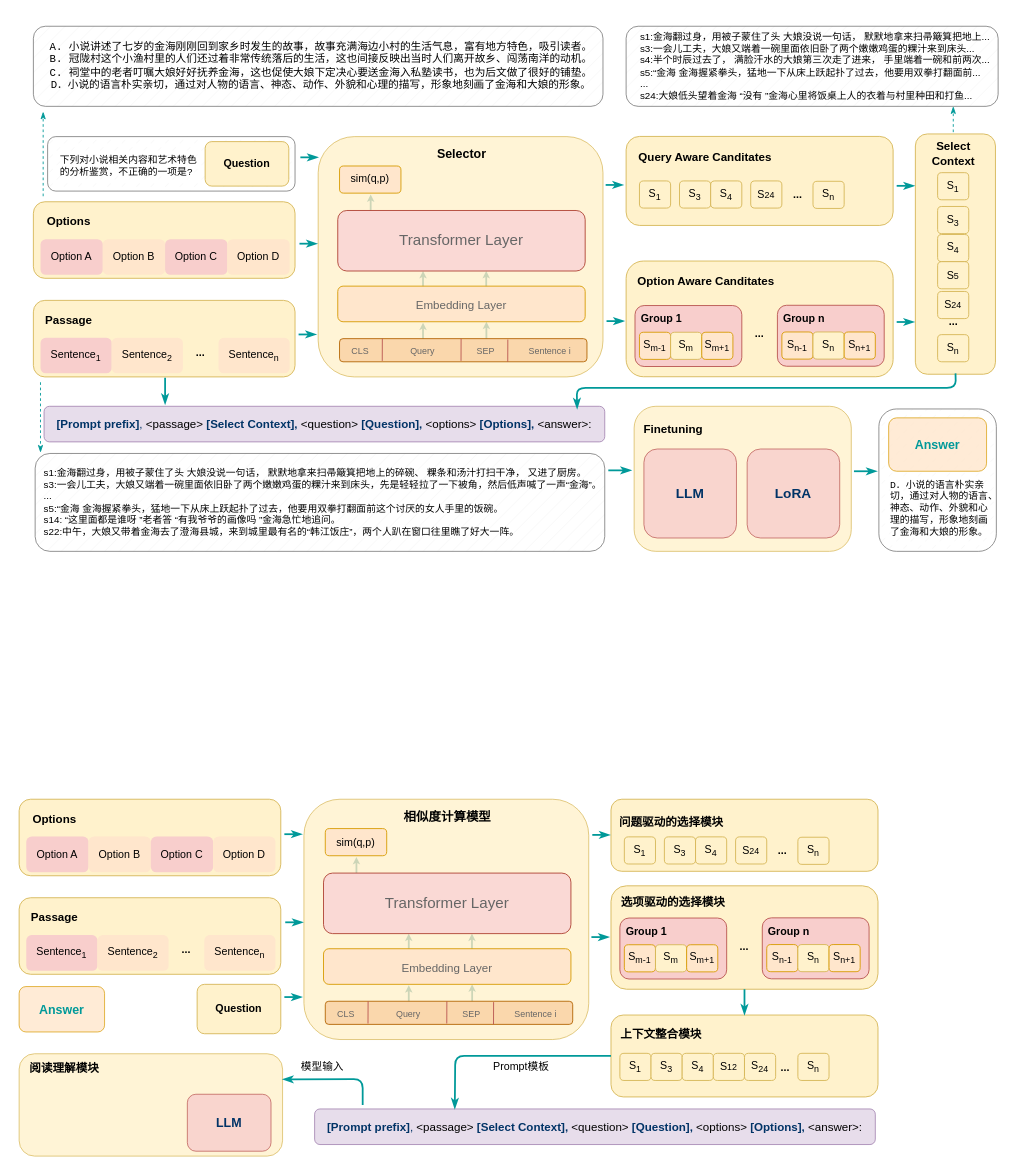
Asimok/draw keeps this draw.io diagram as page "option-1" (9 of 13) of research.drawio. Above is the earlier version. Source tidied: cells renumbered, new cells numbered last; positions are measured from the earlier drawing's top-left corner, leaving out a move shared by most shapes. Both pictures are drawn from the tidied source at 89%, with x=0, y=0 at pixel (19, 15).
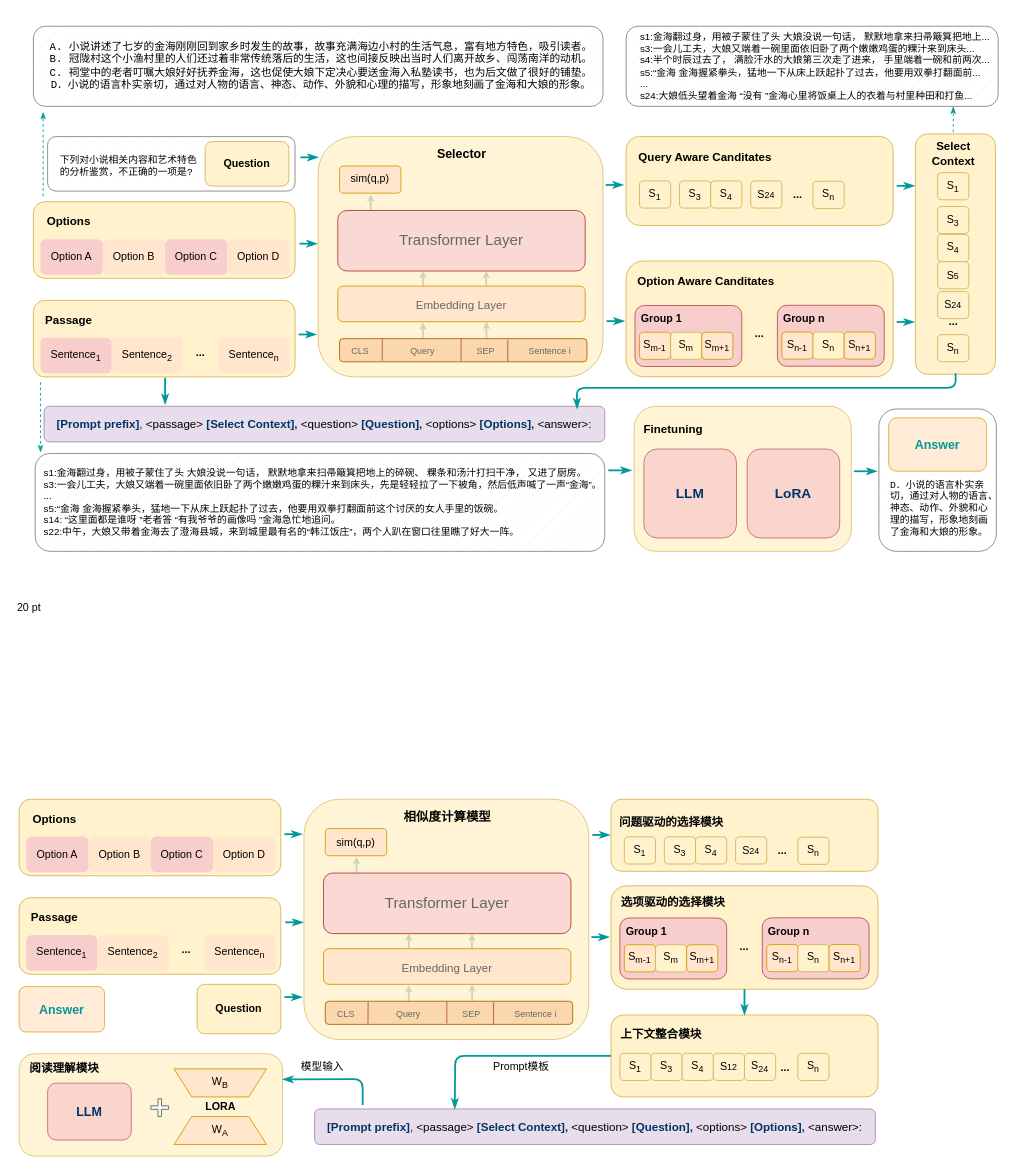
The same page after the edit.

What changed in the source:
```diff
@@
-    <mxCell id="160" value="&lt;div style=&quot;&quot;&gt;&lt;div style=&quot;&quot; class=&quot;old-record-id-Yy6udGUAGoeq4YxWGWgc8CmznAh&quot;&gt;&lt;div style=&quot;&quot;&gt;&lt;div class=&quot;old-record-id-LsEKdqQSworhZmxPmoCcQG5mnKg&quot; style=&quot;&quot;&gt;&lt;div style=&quot;&quot;&gt;&lt;div style=&quot;&quot; class=&quot;ace-line ace-line old-record-id-AMYidXnhoo489fxQ9qdcv3c9nPg&quot;&gt;&lt;b style=&quot;color: rgb(0, 51, 102); background-color: initial;&quot;&gt;&lt;font style=&quot;font-size: 14px;&quot;&gt;LLM&lt;/font&gt;&lt;/b&gt;&lt;br&gt;&lt;/div&gt;&lt;/div&gt;&lt;/div&gt;&lt;/div&gt;&lt;/div&gt;&lt;/div&gt;" style="rounded=1;whiteSpace=wrap;html=1;fillColor=#f8cecc;strokeColor=#b85450;shadow=0;glass=0;labelBackgroundColor=none;fillStyle=auto;opacity=80;" parent="1" vertex="1">
-      <mxGeometry x="189" y="1212" width="94" height="64" as="geometry" />
+    <mxCell id="160" value="&lt;div style=&quot;&quot;&gt;&lt;div style=&quot;&quot; class=&quot;old-record-id-Yy6udGUAGoeq4YxWGWgc8CmznAh&quot;&gt;&lt;div style=&quot;&quot;&gt;&lt;div class=&quot;old-record-id-LsEKdqQSworhZmxPmoCcQG5mnKg&quot; style=&quot;&quot;&gt;&lt;div style=&quot;&quot;&gt;&lt;div style=&quot;&quot; class=&quot;ace-line ace-line old-record-id-AMYidXnhoo489fxQ9qdcv3c9nPg&quot;&gt;&lt;b style=&quot;background-color: initial; color: rgb(0, 51, 102);&quot;&gt;&lt;font style=&quot;font-size: 14px;&quot;&gt;LLM&lt;/font&gt;&lt;/b&gt;&lt;br&gt;&lt;/div&gt;&lt;/div&gt;&lt;/div&gt;&lt;/div&gt;&lt;/div&gt;&lt;/div&gt;" style="rounded=1;whiteSpace=wrap;html=1;fillColor=#f8cecc;strokeColor=#b85450;shadow=0;glass=0;labelBackgroundColor=none;fillStyle=auto;opacity=80;" parent="1" vertex="1">
+      <mxGeometry x="32" y="1199.5" width="94" height="64" as="geometry" />
     </mxCell>
@@
+    <mxCell id="169" value="W&lt;sub&gt;A&lt;/sub&gt;" style="shape=trapezoid;perimeter=trapezoidPerimeter;whiteSpace=wrap;html=1;fixedSize=1;fillColor=#ffe6cc;strokeColor=#d79b00;" parent="1" vertex="1">
+      <mxGeometry x="174" y="1237" width="104" height="31.5" as="geometry" />
+    </mxCell>
+    <mxCell id="170" value="W&lt;sub&gt;B&lt;/sub&gt;" style="shape=trapezoid;perimeter=trapezoidPerimeter;whiteSpace=wrap;html=1;fixedSize=1;direction=west;fillColor=#ffe6cc;strokeColor=#d79b00;" parent="1" vertex="1">
+      <mxGeometry x="174" y="1183.5" width="104" height="31.5" as="geometry" />
+    </mxCell>
+    <mxCell id="171" value="&lt;b&gt;LORA&lt;/b&gt;" style="text;html=1;align=center;verticalAlign=middle;strokeColor=none;fillColor=none;" parent="1" vertex="1">
+      <mxGeometry x="196" y="1211" width="60" height="30" as="geometry" />
+    </mxCell>
+    <mxCell id="172" style="shape=cross;whiteSpace=wrap;html=1;fillColor=#f5f5f5;strokeColor=#666666;fontColor=#333333;" parent="1" vertex="1">
+      <mxGeometry x="148" y="1217" width="20" height="20" as="geometry" />
+    </mxCell>
+    <mxCell id="173" value="20 pt" style="text;whiteSpace=wrap;" parent="1" vertex="1">
+      <mxGeometry x="-4" y="652" width="60" height="40" as="geometry" />
+    </mxCell>
```
